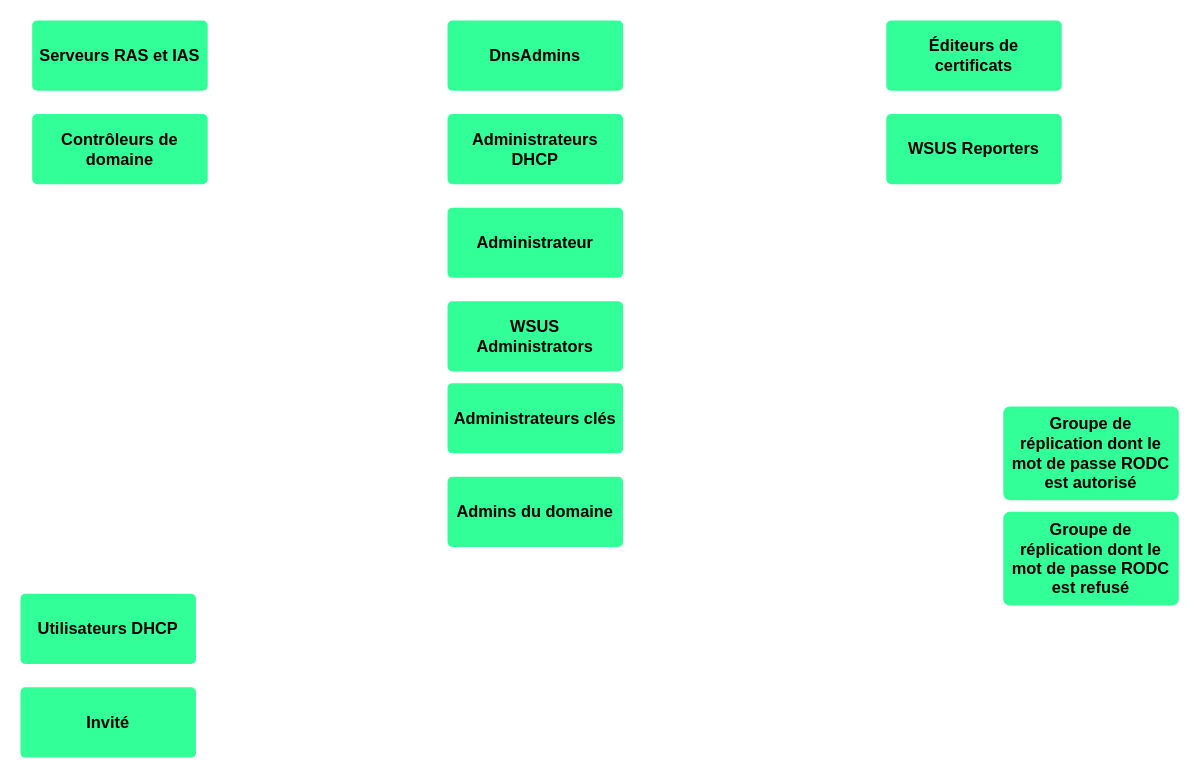
The draw.io diagram Diagramme sans nom.drawio in CharifMah/AbstergoAnimus, before the edit. Source tidied: cells renumbered, new cells numbered last; positions are measured from the earlier drawing's top-left corner, leaving out a move shared by most shapes. Both pictures are drawn from the tidied source at 117%, with x=0, y=0 at pixel (20, 20).
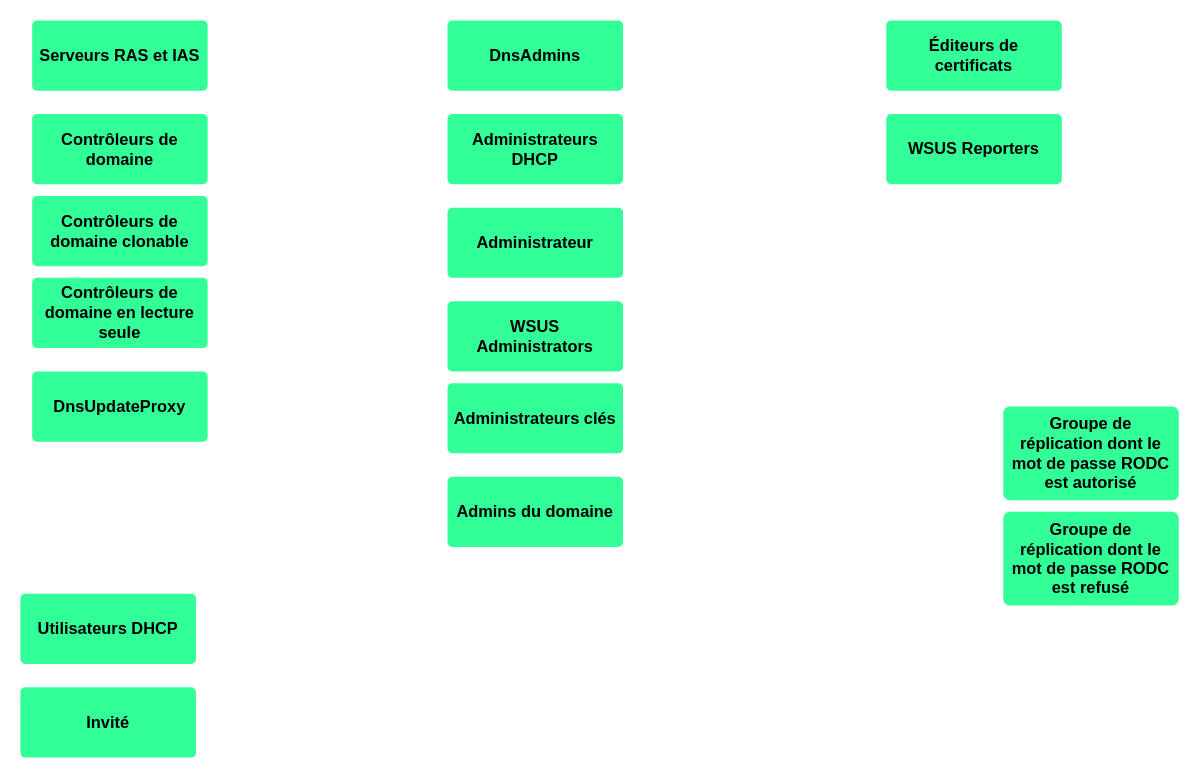
Above is the later version.

Commit message (it also covers changes not shown here):
Mettre à jour Diagramme sans nom.drawio

The edit, as a diff of the source:
```diff
@@
 <mxGraphModel>
   <root>
     <mxCell id="0" />
     <mxCell id="1" parent="0" />
     <mxCell id="2" value="Administrateur" style="rounded=1;whiteSpace=wrap;html=1;shadow=0;labelBackgroundColor=none;strokeColor=none;strokeWidth=3;fillColor=#33FF99;fontFamily=Helvetica;fontSize=14;fontColor=#000000;align=center;spacing=5;fontStyle=1;arcSize=7;perimeterSpacing=2;" parent="1" vertex="1">
       <mxGeometry x="365" y="160" width="150" height="60" as="geometry" />
     </mxCell>
     <mxCell id="3" value="Invité" style="rounded=1;whiteSpace=wrap;html=1;shadow=0;labelBackgroundColor=none;strokeColor=none;strokeWidth=3;fillColor=#33FF99;fontFamily=Helvetica;fontSize=14;fontColor=#000000;align=center;spacing=5;fontStyle=1;arcSize=7;perimeterSpacing=2;" parent="1" vertex="1">
       <mxGeometry y="570" width="150" height="60" as="geometry" />
     </mxCell>
     <mxCell id="4" value="Administrateurs DHCP" style="rounded=1;whiteSpace=wrap;html=1;shadow=0;labelBackgroundColor=none;strokeColor=none;strokeWidth=3;fillColor=#33FF99;fontFamily=Helvetica;fontSize=14;fontColor=#000000;align=center;spacing=5;fontStyle=1;arcSize=7;perimeterSpacing=2;" parent="1" vertex="1">
       <mxGeometry x="365" y="80" width="150" height="60" as="geometry" />
     </mxCell>
     <mxCell id="5" value="DnsAdmins" style="rounded=1;whiteSpace=wrap;html=1;shadow=0;labelBackgroundColor=none;strokeColor=none;strokeWidth=3;fillColor=#33FF99;fontFamily=Helvetica;fontSize=14;fontColor=#000000;align=center;spacing=5;fontStyle=1;arcSize=7;perimeterSpacing=2;" parent="1" vertex="1">
       <mxGeometry x="365" width="150" height="60" as="geometry" />
     </mxCell>
     <mxCell id="6" value="Éditeurs de certificats" style="rounded=1;whiteSpace=wrap;html=1;shadow=0;labelBackgroundColor=none;strokeColor=none;strokeWidth=3;fillColor=#33FF99;fontFamily=Helvetica;fontSize=14;fontColor=#000000;align=center;spacing=5;fontStyle=1;arcSize=7;perimeterSpacing=2;" parent="1" vertex="1">
       <mxGeometry x="740" width="150" height="60" as="geometry" />
     </mxCell>
     <mxCell id="7" value="Groupe de réplication dont le mot de passe RODC est autorisé" style="rounded=1;whiteSpace=wrap;html=1;shadow=0;labelBackgroundColor=none;strokeColor=none;strokeWidth=3;fillColor=#33FF99;fontFamily=Helvetica;fontSize=14;fontColor=#000000;align=center;spacing=5;fontStyle=1;arcSize=7;perimeterSpacing=2;verticalAlign=middle;" parent="1" vertex="1">
       <mxGeometry x="840" y="330" width="150" height="80" as="geometry" />
     </mxCell>
     <mxCell id="8" value="Groupe de réplication dont le mot de passe RODC est refusé" style="rounded=1;whiteSpace=wrap;html=1;shadow=0;labelBackgroundColor=none;strokeColor=none;strokeWidth=3;fillColor=#33FF99;fontFamily=Helvetica;fontSize=14;fontColor=#000000;align=center;spacing=5;fontStyle=1;arcSize=7;perimeterSpacing=2;verticalAlign=middle;" parent="1" vertex="1">
       <mxGeometry x="840" y="420" width="150" height="80" as="geometry" />
     </mxCell>
     <mxCell id="9" value="Serveurs RAS et IAS" style="rounded=1;whiteSpace=wrap;html=1;shadow=0;labelBackgroundColor=none;strokeColor=none;strokeWidth=3;fillColor=#33FF99;fontFamily=Helvetica;fontSize=14;fontColor=#000000;align=center;spacing=5;fontStyle=1;arcSize=7;perimeterSpacing=2;" parent="1" vertex="1">
       <mxGeometry x="10" width="150" height="60" as="geometry" />
     </mxCell>
     <mxCell id="10" value="Utilisateurs DHCP" style="rounded=1;whiteSpace=wrap;html=1;shadow=0;labelBackgroundColor=none;strokeColor=none;strokeWidth=3;fillColor=#33FF99;fontFamily=Helvetica;fontSize=14;fontColor=#000000;align=center;spacing=5;fontStyle=1;arcSize=7;perimeterSpacing=2;" parent="1" vertex="1">
       <mxGeometry y="490" width="150" height="60" as="geometry" />
     </mxCell>
     <mxCell id="11" value="WSUS Administrators" style="rounded=1;whiteSpace=wrap;html=1;shadow=0;labelBackgroundColor=none;strokeColor=none;strokeWidth=3;fillColor=#33FF99;fontFamily=Helvetica;fontSize=14;fontColor=#000000;align=center;spacing=5;fontStyle=1;arcSize=7;perimeterSpacing=2;" parent="1" vertex="1">
       <mxGeometry x="365" y="240" width="150" height="60" as="geometry" />
     </mxCell>
     <mxCell id="12" value="WSUS Reporters" style="rounded=1;whiteSpace=wrap;html=1;shadow=0;labelBackgroundColor=none;strokeColor=none;strokeWidth=3;fillColor=#33FF99;fontFamily=Helvetica;fontSize=14;fontColor=#000000;align=center;spacing=5;fontStyle=1;arcSize=7;perimeterSpacing=2;" parent="1" vertex="1">
       <mxGeometry x="740" y="80" width="150" height="60" as="geometry" />
     </mxCell>
     <mxCell id="13" value="Administrateurs clés" style="rounded=1;whiteSpace=wrap;html=1;shadow=0;labelBackgroundColor=none;strokeColor=none;strokeWidth=3;fillColor=#33FF99;fontFamily=Helvetica;fontSize=14;fontColor=#000000;align=center;spacing=5;fontStyle=1;arcSize=7;perimeterSpacing=2;" parent="1" vertex="1">
       <mxGeometry x="365" y="310" width="150" height="60" as="geometry" />
     </mxCell>
     <mxCell id="14" value="Admins du domaine" style="rounded=1;whiteSpace=wrap;html=1;shadow=0;labelBackgroundColor=none;strokeColor=none;strokeWidth=3;fillColor=#33FF99;fontFamily=Helvetica;fontSize=14;fontColor=#000000;align=center;spacing=5;fontStyle=1;arcSize=7;perimeterSpacing=2;" parent="1" vertex="1">
       <mxGeometry x="365" y="390" width="150" height="60" as="geometry" />
     </mxCell>
     <mxCell id="15" value="Contrôleurs de domaine" style="rounded=1;whiteSpace=wrap;html=1;shadow=0;labelBackgroundColor=none;strokeColor=none;strokeWidth=3;fillColor=#33FF99;fontFamily=Helvetica;fontSize=14;fontColor=#000000;align=center;spacing=5;fontStyle=1;arcSize=7;perimeterSpacing=2;" parent="1" vertex="1">
       <mxGeometry x="10" y="80" width="150" height="60" as="geometry" />
     </mxCell>
+    <mxCell id="16" value="Contrôleurs de domaine clonable" style="rounded=1;whiteSpace=wrap;html=1;shadow=0;labelBackgroundColor=none;strokeColor=none;strokeWidth=3;fillColor=#33FF99;fontFamily=Helvetica;fontSize=14;fontColor=#000000;align=center;spacing=5;fontStyle=1;arcSize=7;perimeterSpacing=2;" parent="1" vertex="1">
+      <mxGeometry x="10" y="150" width="150" height="60" as="geometry" />
+    </mxCell>
+    <mxCell id="17" value="Contrôleurs de domaine en lecture seule" style="rounded=1;whiteSpace=wrap;html=1;shadow=0;labelBackgroundColor=none;strokeColor=none;strokeWidth=3;fillColor=#33FF99;fontFamily=Helvetica;fontSize=14;fontColor=#000000;align=center;spacing=5;fontStyle=1;arcSize=7;perimeterSpacing=2;" parent="1" vertex="1">
+      <mxGeometry x="10" y="220" width="150" height="60" as="geometry" />
+    </mxCell>
+    <mxCell id="18" value="DnsUpdateProxy" style="rounded=1;whiteSpace=wrap;html=1;shadow=0;labelBackgroundColor=none;strokeColor=none;strokeWidth=3;fillColor=#33FF99;fontFamily=Helvetica;fontSize=14;fontColor=#000000;align=center;spacing=5;fontStyle=1;arcSize=7;perimeterSpacing=2;" parent="1" vertex="1">
+      <mxGeometry x="10" y="300" width="150" height="60" as="geometry" />
+    </mxCell>
   </root>
 </mxGraphModel>
```
